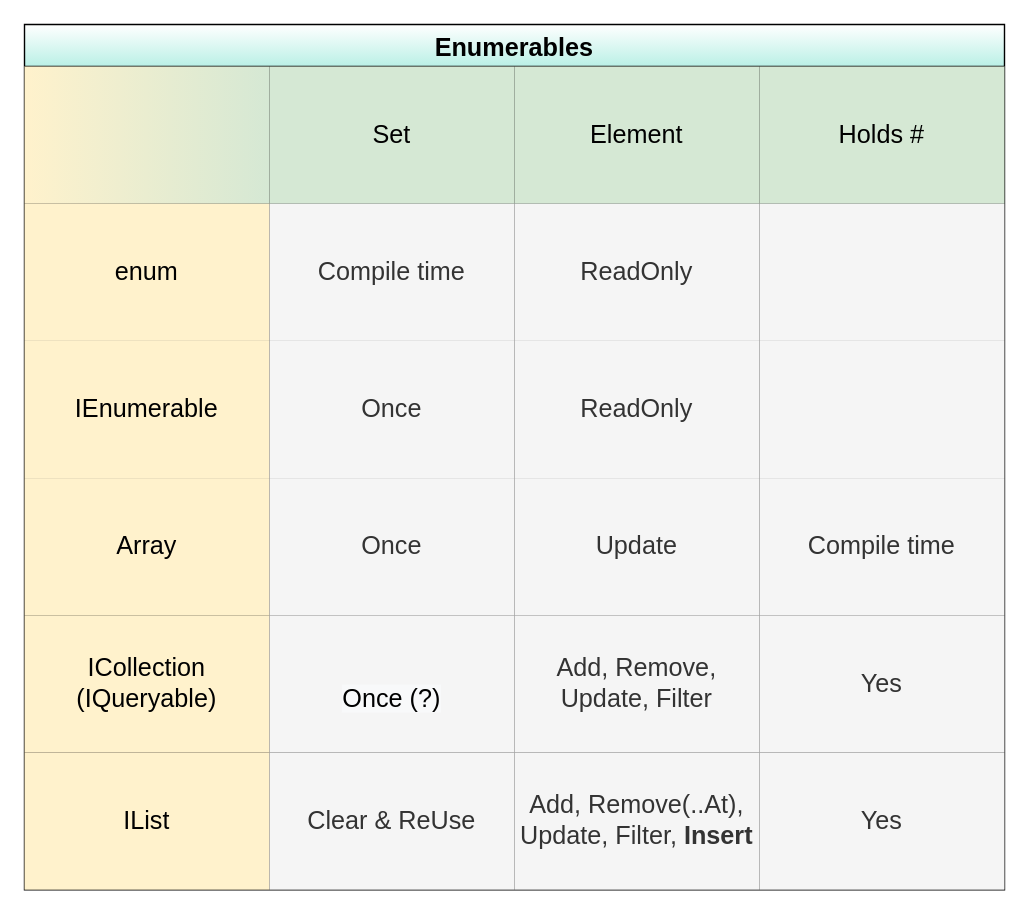
This is Enumerability.drawio from linuxnt64/c-sharp-dokument, a draw.io file, before an edit. Source tidied: cells renumbered, new cells numbered last; positions are measured from the earlier drawing's top-left corner, leaving out a move shared by most shapes. Both pictures are drawn from the tidied source at 140%, with x=0, y=0 at pixel (24, 24).
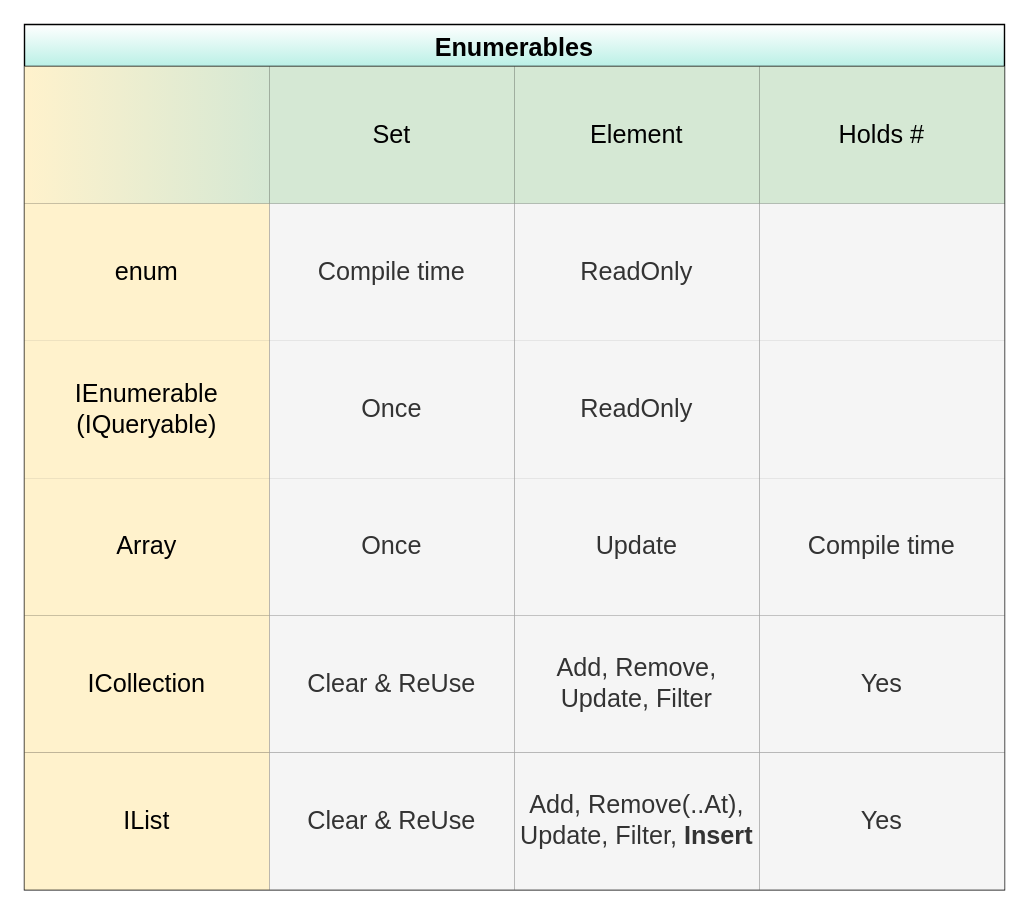
The same page after the edit.

Commit message (it also covers changes not shown here):
Enumerables comparison chart added corrected

The change refers to these unchanged cells:
```xml
<mxCell id="13" style="shape=tableRow;horizontal=0;startSize=0;swimlaneHead=0;swimlaneBody=0;top=0;left=0;bottom=0;right=0;fillColor=none;" parent="2" vertex="1">
  <mxGeometry y="226" width="700" height="98" as="geometry" />
</mxCell>
<mxCell id="23" style="shape=tableRow;horizontal=0;startSize=0;swimlaneHead=0;swimlaneBody=0;top=0;left=0;bottom=0;right=0;fillColor=none;" parent="2" vertex="1">
  <mxGeometry y="422" width="700" height="98" as="geometry" />
</mxCell>
```

The edit, as a diff of the source:
```diff
@@
-    <mxCell id="14" value="IEnumerable" style="shape=partialRectangle;html=1;whiteSpace=wrap;fillColor=#fff2cc;top=0;left=0;bottom=0;right=0;overflow=hidden;fontSize=18;strokeColor=#d6b656;" parent="13" vertex="1">
+    <mxCell id="14" value="IEnumerable&lt;br&gt;(IQueryable)" style="shape=partialRectangle;html=1;whiteSpace=wrap;fillColor=#fff2cc;top=0;left=0;bottom=0;right=0;overflow=hidden;fontSize=18;strokeColor=#d6b656;" parent="13" vertex="1">
       <mxGeometry width="175" height="98" as="geometry" />
     </mxCell>
@@
-    <mxCell id="24" value="&lt;font style=&quot;font-size: 18px&quot;&gt;ICollection&lt;br&gt;(IQueryable)&lt;br&gt;&lt;/font&gt;" style="shape=partialRectangle;html=1;whiteSpace=wrap;fillColor=#fff2cc;top=0;left=0;bottom=0;right=0;overflow=hidden;fontSize=18;strokeColor=#d6b656;" parent="23" vertex="1">
+    <mxCell id="24" value="&lt;font style=&quot;font-size: 18px&quot;&gt;ICollection&lt;br&gt;&lt;/font&gt;" style="shape=partialRectangle;html=1;whiteSpace=wrap;fillColor=#fff2cc;top=0;left=0;bottom=0;right=0;overflow=hidden;fontSize=18;strokeColor=#d6b656;" parent="23" vertex="1">
       <mxGeometry width="175" height="98" as="geometry" />
     </mxCell>
-    <mxCell id="25" value="&lt;br&gt;&lt;span style=&quot;color: rgb(0 , 0 , 0) ; font-family: &amp;#34;helvetica&amp;#34; ; font-size: 18px ; font-style: normal ; font-weight: 400 ; letter-spacing: normal ; text-align: center ; text-indent: 0px ; text-transform: none ; word-spacing: 0px ; background-color: rgb(248 , 249 , 250) ; display: inline ; float: none&quot;&gt;Once (?)&lt;/span&gt;&lt;br&gt;" style="shape=partialRectangle;html=1;whiteSpace=wrap;fillColor=#f5f5f5;top=0;left=0;bottom=0;right=0;overflow=hidden;fontSize=18;fontColor=#333333;strokeColor=#666666;" parent="23" vertex="1">
+    <mxCell id="25" value="&lt;span&gt;Clear &amp;amp; ReUse&lt;/span&gt;" style="shape=partialRectangle;html=1;whiteSpace=wrap;fillColor=#f5f5f5;top=0;left=0;bottom=0;right=0;overflow=hidden;fontSize=18;fontColor=#333333;strokeColor=#666666;" parent="23" vertex="1">
       <mxGeometry x="175" width="175" height="98" as="geometry" />
     </mxCell>
```
